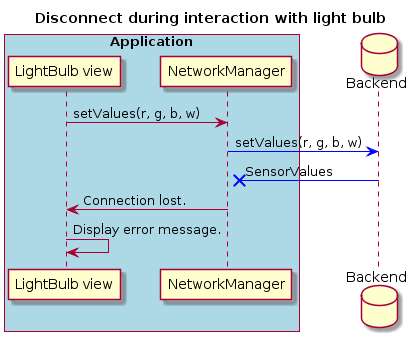
Before: docs/STLDD/seq3.png, a diagram exported from PlantUML (ockka/ETSN05-Group2). Source of this version:
```plantuml
@startuml
title Disconnect during interaction with light bulb

participant "LightBulb view"
participant NetworkManager

box "Application" #LightBlue
	participant "LightBulb view"
	participant NetworkManager
end box

database Backend



"LightBulb view" -> NetworkManager: setValues(r, g, b, w)

NetworkManager -[#0000FF]> Backend : setValues(r, g, b, w)

NetworkManager x<[#0000FF]- Backend : SensorValues

"LightBulb view"<- NetworkManager : Connection lost.

"LightBulb view"-> "LightBulb view": Display error message.
@enduml
```
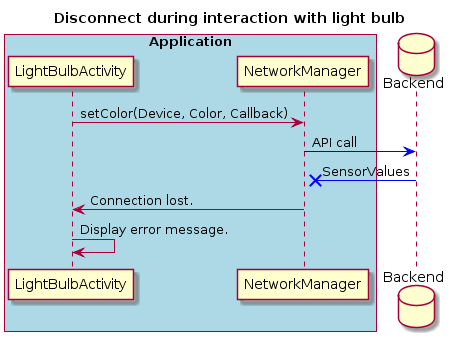
After the commit.

Commit message:
Fourth sequence fixed

What changed in the source:
```diff
@@ -1,25 +1,24 @@
 @startuml
 title Disconnect during interaction with light bulb
 
-participant "LightBulb view"
+participant LightBulbActivity
 participant NetworkManager
 
 box "Application" #LightBlue
-	participant "LightBulb view"
+	participant LightBulbActivity
 	participant NetworkManager
 end box
 
 database Backend
 
 
+LightBulbActivity -> NetworkManager: setColor(Device, Color, Callback)
 
-"LightBulb view" -> NetworkManager: setValues(r, g, b, w)
-
-NetworkManager -[#0000FF]> Backend : setValues(r, g, b, w)
+NetworkManager -[#0000FF]> Backend : API call
 
 NetworkManager x<[#0000FF]- Backend : SensorValues
 
-"LightBulb view"<- NetworkManager : Connection lost.
+LightBulbActivity<- NetworkManager : Connection lost.
 
-"LightBulb view"-> "LightBulb view": Display error message.
+LightBulbActivity-> LightBulbActivity: Display error message.
 @enduml
```
